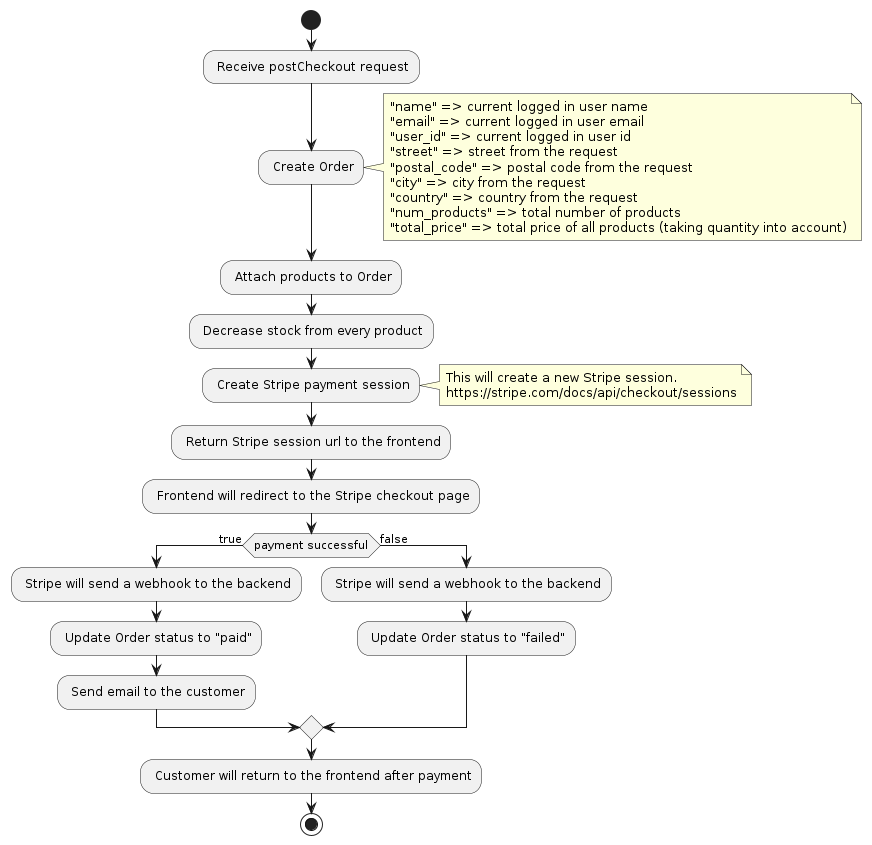
The PlantUML diagram diagrams/checkout/checkout.png in RawFocus/webshop, before a commit. Source of this version:
```plantuml
@startuml
start
: Receive postCheckout request;
: Create Order;
    note right
        "name" => current logged in user name
        "email" => current logged in user email
        "user_id" => current logged in user id
        "street" => street from the request
        "postal_code" => postal code from the request
        "city" => city from the request
        "country" => country from the request
        "num_products" => total number of products
        "total_price" => total price of all products (taking quantity into account)
    end note

    : Attach products to Order;
    : Decrease stock from every product;
    : Create Stripe payment session;
        note right
            This will create a new Stripe session.
            https://stripe.com/docs/api/checkout/sessions
        end note

    : Return Stripe session url to the frontend;

    : Frontend will redirect to the Stripe checkout page;

    if (payment successful) then (true)
        : Stripe will send a webhook to the backend;
        : Update Order status to "paid";
        : Send email to the customer;
    else (false)
        : Stripe will send a webhook to the backend;
        : Update Order status to "failed";
    endif

    : Customer will return to the frontend after payment;

stop


@enduml
```
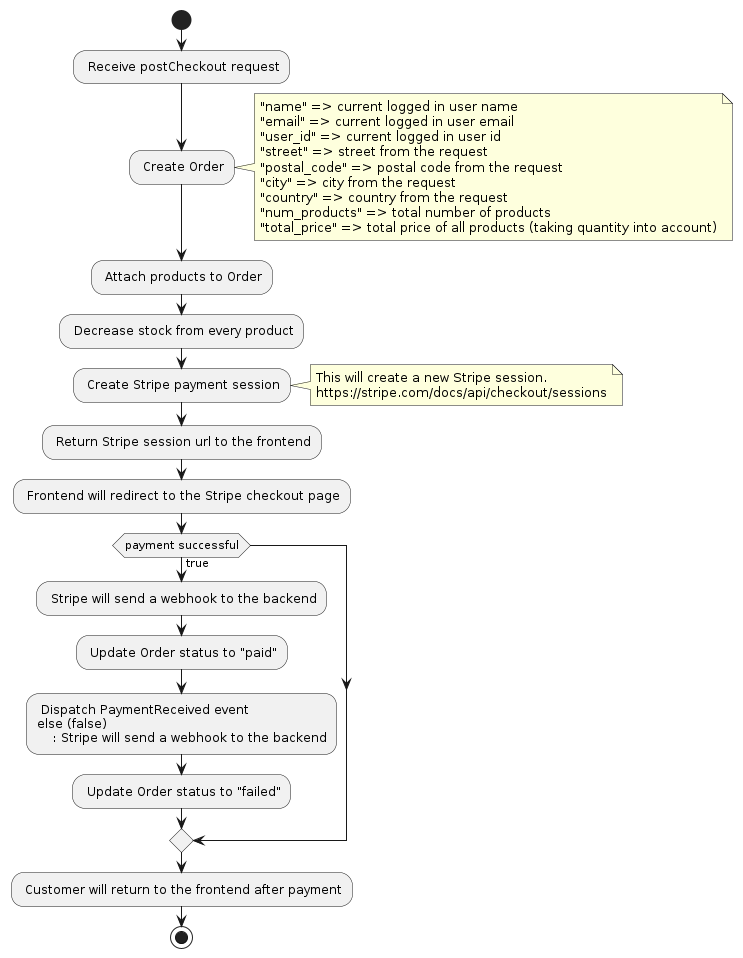
The same file after the commit.

Change to the diagram source:
```diff
@@ -29,7 +29,7 @@
     if (payment successful) then (true)
         : Stripe will send a webhook to the backend;
         : Update Order status to "paid";
-        : Send email to the customer;
+        : Dispatch PaymentReceived event
     else (false)
         : Stripe will send a webhook to the backend;
         : Update Order status to "failed";
```
